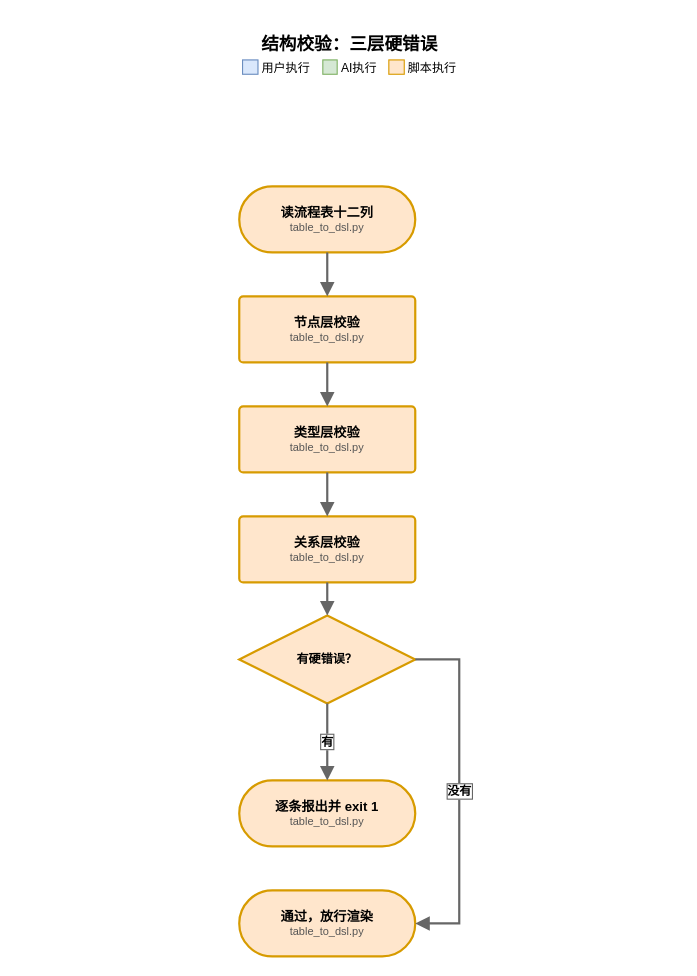
Luys521/flowchart-skill keeps this draw.io diagram as page "结构校验：三层硬错误" (5 of 10) of dev/baseline/workflow/workflow-flow.drawio. Above is the earlier version. Source tidied: cells renumbered, new cells numbered last; positions are measured from the earlier drawing's top-left corner, leaving out a move shared by most shapes. Both pictures are drawn from the tidied source at 110%, with x=0, y=0 at pixel (19, 19).
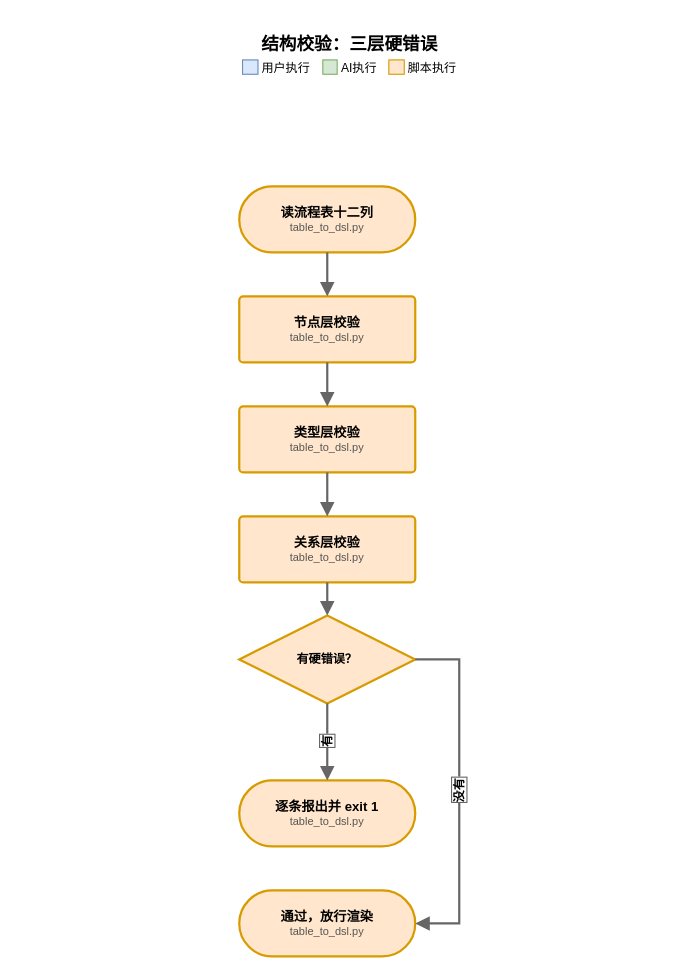
Above is the later version.

The edit, as a diff of the source:
```diff
@@
 <mxGraphModel>
   <root>
     <mxCell id="0" />
     <mxCell id="1" parent="0" />
     <mxCell id="2" value="结构校验：三层硬错误&lt;br&gt;&lt;span style=&quot;font-size:11px;font-weight:400&quot;&gt;&lt;span style=&quot;background:#dae8fc;border:1px solid #6c8ebf&quot;&gt;&amp;nbsp;&amp;nbsp;&amp;nbsp;&amp;nbsp;&lt;/span&gt; 用户执行　&lt;span style=&quot;background:#d5e8d4;border:1px solid #82b366&quot;&gt;&amp;nbsp;&amp;nbsp;&amp;nbsp;&amp;nbsp;&lt;/span&gt; AI执行　&lt;span style=&quot;background:#ffe6cc;border:1px solid #d79b00&quot;&gt;&amp;nbsp;&amp;nbsp;&amp;nbsp;&amp;nbsp;&lt;/span&gt; 脚本执行　&lt;/span&gt;" style="text;html=1;align=center;verticalAlign=middle;fontSize=16;fontStyle=1;fontFamily=Microsoft YaHei;" parent="1" vertex="1">
       <mxGeometry width="600" height="64" as="geometry" />
     </mxCell>
     <mxCell id="3" value="&lt;div style=&quot;font-weight:bold;&quot;&gt;读流程表十二列&lt;/div&gt;&lt;div style=&quot;color:#555555;font-size:10px;&quot;&gt;table_to_dsl.py&lt;/div&gt;" style="rounded=1;arcSize=50;whiteSpace=wrap;html=1;strokeWidth=2;fontFamily=Microsoft YaHei;verticalAlign=middle;fillColor=#ffe6cc;strokeColor=#d79b00;fontSize=12;flowchartSkillNative=1;" parent="1" vertex="1">
       <mxGeometry x="200" y="152" width="160" height="60" as="geometry" />
     </mxCell>
     <mxCell id="4" value="&lt;div style=&quot;font-weight:bold;&quot;&gt;节点层校验&lt;/div&gt;&lt;div style=&quot;color:#555555;font-size:10px;&quot;&gt;table_to_dsl.py&lt;/div&gt;" style="rounded=1;arcSize=6;whiteSpace=wrap;html=1;strokeWidth=2;fontFamily=Microsoft YaHei;verticalAlign=middle;fillColor=#ffe6cc;strokeColor=#d79b00;fontSize=12;flowchartSkillNative=1;" parent="1" vertex="1">
       <mxGeometry x="200" y="252" width="160" height="60" as="geometry" />
     </mxCell>
     <mxCell id="5" value="&lt;div style=&quot;font-weight:bold;&quot;&gt;类型层校验&lt;/div&gt;&lt;div style=&quot;color:#555555;font-size:10px;&quot;&gt;table_to_dsl.py&lt;/div&gt;" style="rounded=1;arcSize=6;whiteSpace=wrap;html=1;strokeWidth=2;fontFamily=Microsoft YaHei;verticalAlign=middle;fillColor=#ffe6cc;strokeColor=#d79b00;fontSize=12;flowchartSkillNative=1;" parent="1" vertex="1">
       <mxGeometry x="200" y="352" width="160" height="60" as="geometry" />
     </mxCell>
     <mxCell id="6" value="&lt;div style=&quot;font-weight:bold;&quot;&gt;关系层校验&lt;/div&gt;&lt;div style=&quot;color:#555555;font-size:10px;&quot;&gt;table_to_dsl.py&lt;/div&gt;" style="rounded=1;arcSize=6;whiteSpace=wrap;html=1;strokeWidth=2;fontFamily=Microsoft YaHei;verticalAlign=middle;fillColor=#ffe6cc;strokeColor=#d79b00;fontSize=12;flowchartSkillNative=1;" parent="1" vertex="1">
       <mxGeometry x="200" y="452" width="160" height="60" as="geometry" />
     </mxCell>
     <mxCell id="7" value="&lt;div style=&quot;font-weight:bold;&quot;&gt;有硬错误？&lt;/div&gt;" style="rhombus;whiteSpace=wrap;html=1;strokeWidth=2;fontFamily=Microsoft YaHei;verticalAlign=middle;fillColor=#ffe6cc;strokeColor=#d79b00;fontSize=11;flowchartSkillNative=1;" parent="1" vertex="1">
       <mxGeometry x="200" y="542" width="160" height="80" as="geometry" />
     </mxCell>
     <mxCell id="8" value="&lt;div style=&quot;font-weight:bold;&quot;&gt;逐条报出并 exit 1&lt;/div&gt;&lt;div style=&quot;color:#555555;font-size:10px;&quot;&gt;table_to_dsl.py&lt;/div&gt;" style="rounded=1;arcSize=50;whiteSpace=wrap;html=1;strokeWidth=2;fontFamily=Microsoft YaHei;verticalAlign=middle;fillColor=#ffe6cc;strokeColor=#d79b00;fontSize=12;flowchartSkillNative=1;" parent="1" vertex="1">
       <mxGeometry x="200" y="692" width="160" height="60" as="geometry" />
     </mxCell>
     <mxCell id="9" value="&lt;div style=&quot;font-weight:bold;&quot;&gt;通过，放行渲染&lt;/div&gt;&lt;div style=&quot;color:#555555;font-size:10px;&quot;&gt;table_to_dsl.py&lt;/div&gt;" style="rounded=1;arcSize=50;whiteSpace=wrap;html=1;strokeWidth=2;fontFamily=Microsoft YaHei;verticalAlign=middle;fillColor=#ffe6cc;strokeColor=#d79b00;fontSize=12;flowchartSkillNative=1;" parent="1" vertex="1">
       <mxGeometry x="200" y="792" width="160" height="60" as="geometry" />
     </mxCell>
     <mxCell id="10" style="edgeStyle=orthogonalEdgeStyle;rounded=0;jettySize=auto;html=1;exitX=0.5;exitY=1.0;entryX=0.5;entryY=0.0;endArrow=block;endFill=1;endSize=8;strokeWidth=2;strokeColor=#666666;fontSize=11;fontStyle=1;fontFamily=Microsoft YaHei;labelBackgroundColor=#ffffff;labelBorderColor=#666666;" parent="1" edge="1" source="3" target="4">
       <mxGeometry relative="1" as="geometry" />
     </mxCell>
     <mxCell id="11" style="edgeStyle=orthogonalEdgeStyle;rounded=0;jettySize=auto;html=1;exitX=0.5;exitY=1.0;entryX=0.5;entryY=0.0;endArrow=block;endFill=1;endSize=8;strokeWidth=2;strokeColor=#666666;fontSize=11;fontStyle=1;fontFamily=Microsoft YaHei;labelBackgroundColor=#ffffff;labelBorderColor=#666666;" parent="1" edge="1" source="4" target="5">
       <mxGeometry relative="1" as="geometry" />
     </mxCell>
     <mxCell id="12" style="edgeStyle=orthogonalEdgeStyle;rounded=0;jettySize=auto;html=1;exitX=0.5;exitY=1.0;entryX=0.5;entryY=0.0;endArrow=block;endFill=1;endSize=8;strokeWidth=2;strokeColor=#666666;fontSize=11;fontStyle=1;fontFamily=Microsoft YaHei;labelBackgroundColor=#ffffff;labelBorderColor=#666666;" parent="1" edge="1" source="5" target="6">
       <mxGeometry relative="1" as="geometry" />
     </mxCell>
     <mxCell id="13" style="edgeStyle=orthogonalEdgeStyle;rounded=0;jettySize=auto;html=1;exitX=0.5;exitY=1.0;entryX=0.5;entryY=0.0;endArrow=block;endFill=1;endSize=8;strokeWidth=2;strokeColor=#666666;fontSize=11;fontStyle=1;fontFamily=Microsoft YaHei;labelBackgroundColor=#ffffff;labelBorderColor=#666666;" parent="1" edge="1" source="6" target="7">
       <mxGeometry relative="1" as="geometry" />
     </mxCell>
-    <mxCell id="14" value="有" style="edgeStyle=orthogonalEdgeStyle;rounded=0;jettySize=auto;html=1;exitX=0.5;exitY=1.0;entryX=0.5;entryY=0.0;endArrow=block;endFill=1;endSize=8;strokeWidth=2;strokeColor=#666666;fontSize=11;fontStyle=1;fontFamily=Microsoft YaHei;labelBackgroundColor=#ffffff;labelBorderColor=#666666;" parent="1" edge="1" source="7" target="8">
+    <mxCell id="14" value="有" style="edgeStyle=orthogonalEdgeStyle;rounded=0;jettySize=auto;html=1;exitX=0.5;exitY=1.0;entryX=0.5;entryY=0.0;endArrow=block;endFill=1;endSize=8;strokeWidth=2;strokeColor=#666666;fontSize=11;fontStyle=1;fontFamily=Microsoft YaHei;labelBackgroundColor=#ffffff;labelBorderColor=#666666;horizontal=0;" parent="1" edge="1" source="7" target="8">
       <mxGeometry relative="1" as="geometry" />
     </mxCell>
-    <mxCell id="15" value="没有" style="edgeStyle=orthogonalEdgeStyle;rounded=0;jettySize=auto;html=1;exitX=1.0;exitY=0.5;entryX=1.0;entryY=0.5;endArrow=block;endFill=1;endSize=8;strokeWidth=2;strokeColor=#666666;fontSize=11;fontStyle=1;fontFamily=Microsoft YaHei;labelBackgroundColor=#ffffff;labelBorderColor=#666666;" parent="1" edge="1" source="7" target="9">
+    <mxCell id="15" value="没有" style="edgeStyle=orthogonalEdgeStyle;rounded=0;jettySize=auto;html=1;exitX=1.0;exitY=0.5;entryX=1.0;entryY=0.5;endArrow=block;endFill=1;endSize=8;strokeWidth=2;strokeColor=#666666;fontSize=11;fontStyle=1;fontFamily=Microsoft YaHei;labelBackgroundColor=#ffffff;labelBorderColor=#666666;horizontal=0;" parent="1" edge="1" source="7" target="9">
       <mxGeometry relative="1" as="geometry">
         <Array as="points">
           <mxPoint x="400" y="582" />
           <mxPoint x="400" y="822" />
         </Array>
       </mxGeometry>
     </mxCell>
   </root>
 </mxGraphModel>
```
